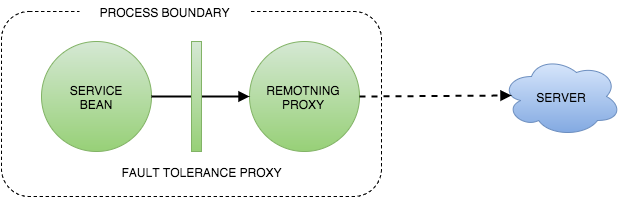
The draw.io diagram images/bean-fault-tolerance-design.png in brianjriddle/astrix-wiki, before a commit. Source tidied: cells renumbered, new cells last; positions are measured from the earlier drawing's top-left corner, leaving out a move shared by most shapes. The source it was exported from:
```xml
<mxGraphModel background="#ffffff">
  <root>
    <mxCell id="0" />
    <mxCell id="1" parent="0" />
    <mxCell id="2" style="rounded=1;whiteSpace=wrap;html=1;dashed=1;" parent="1" vertex="1">
      <mxGeometry y="10" width="380" height="185" as="geometry" />
    </mxCell>
    <mxCell id="3" value="REMOTNING PROXY" style="ellipse;whiteSpace=wrap;html=1;plain-green;" parent="1" vertex="1">
      <mxGeometry x="248" y="40" width="110" height="110" as="geometry" />
    </mxCell>
    <mxCell id="4" value="SERVER" style="ellipse;shape=cloud;whiteSpace=wrap;html=1;plain-blue;" parent="1" vertex="1">
      <mxGeometry x="500" y="55" width="120" height="80" as="geometry" />
    </mxCell>
    <mxCell id="5" value="SERVICE&lt;div&gt;BEAN&lt;/div&gt;" style="ellipse;whiteSpace=wrap;html=1;plain-green;" parent="1" vertex="1">
      <mxGeometry x="40" y="40" width="110" height="110" as="geometry" />
    </mxCell>
    <mxCell id="6" style="endArrow=block;html=1;exitX=1;exitY=0.5;dashed=1;endFill=1;strokeWidth=2;" parent="1" edge="1" source="3">
      <mxGeometry relative="1" as="geometry">
        <mxPoint x="510" y="94" as="targetPoint" />
      </mxGeometry>
    </mxCell>
    <mxCell id="7" value="PROCESS BOUNDARY" style="text;html=1;strokeColor=none;fillColor=#ffffff;align=center;verticalAlign=middle;whiteSpace=wrap;overflow=hidden;dashed=1;" parent="1" vertex="1">
      <mxGeometry x="78" width="170" height="20" as="geometry" />
    </mxCell>
    <mxCell id="8" value="FAULT TOLERANCE PROXY" style="text;html=1;strokeColor=none;fillColor=#ffffff;align=center;verticalAlign=middle;whiteSpace=wrap;overflow=hidden;dashed=1;" parent="1" vertex="1">
      <mxGeometry x="90" y="160" width="220" height="20" as="geometry" />
    </mxCell>
    <mxCell id="9" style="endArrow=block;html=1;exitX=1;exitY=0.5;entryX=0;entryY=0.5;endFill=1;strokeWidth=2;" parent="1" edge="1" source="5" target="3">
      <mxGeometry relative="1" as="geometry" />
    </mxCell>
    <mxCell id="10" style="whiteSpace=wrap;html=1;plain-green;" parent="1" vertex="1">
      <mxGeometry x="190" y="40" width="10" height="110" as="geometry" />
    </mxCell>
  </root>
</mxGraphModel>
```
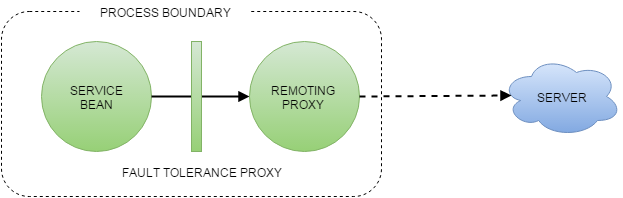
The same file after the commit.

Commit message:
Fixes spelling in image for bean-fault-tolerance-design

Diff of the diagram source:
```diff
@@ -5,7 +5,7 @@
     <mxCell id="2" style="rounded=1;whiteSpace=wrap;html=1;dashed=1;" parent="1" vertex="1">
       <mxGeometry y="10" width="380" height="185" as="geometry" />
     </mxCell>
-    <mxCell id="3" value="REMOTNING PROXY" style="ellipse;whiteSpace=wrap;html=1;plain-green;" parent="1" vertex="1">
+    <mxCell id="3" value="REMOTING PROXY" style="ellipse;whiteSpace=wrap;html=1;plain-green;" parent="1" vertex="1">
       <mxGeometry x="248" y="40" width="110" height="110" as="geometry" />
     </mxCell>
     <mxCell id="4" value="SERVER" style="ellipse;shape=cloud;whiteSpace=wrap;html=1;plain-blue;" parent="1" vertex="1">
```
